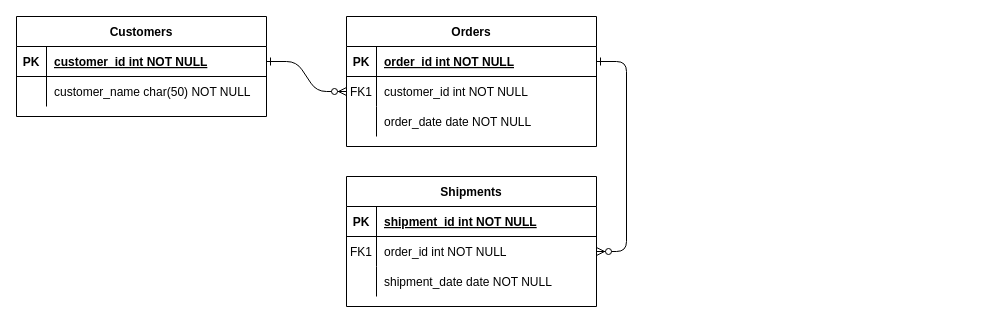
meoku/MeokuDB-Schema keeps this draw.io diagram as 제목 없는 다이어그램.drawio. Above is the earlier version. Source tidied: cells renumbered, new cells numbered last; positions are measured from the earlier drawing's top-left corner, leaving out a move shared by most shapes. Both pictures are drawn from the tidied source at 100%, with x=0, y=0 at pixel (16, 16).
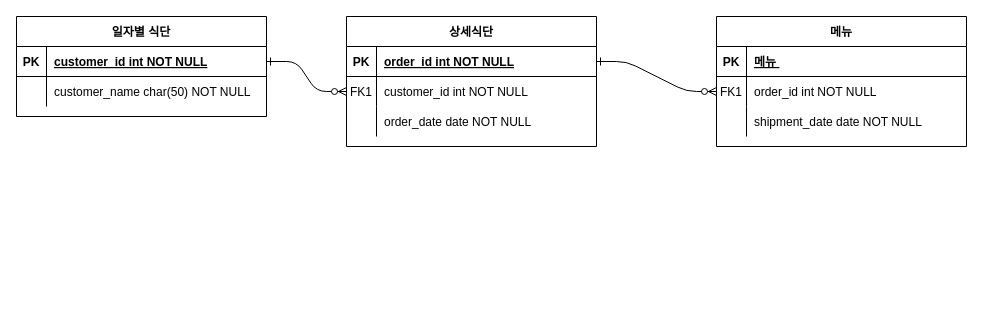
The same page after the edit.

Unchanged cells that the change refers to:
```xml
<mxCell id="15" style="shape=partialRectangle;fillColor=none;top=0;left=0;right=0;bottom=1;" parent="14" vertex="1">
  <mxGeometry y="30" width="250" height="30" as="geometry" />
</mxCell>
```

What changed in the source:
```diff
@@
-    <mxCell id="4" value="Orders" style="shape=table;startSize=30;childLayout=tableLayout;rowLines=0;fontStyle=1;align=center;" parent="1" vertex="1">
+    <mxCell id="4" value="상세식단" style="shape=table;startSize=30;childLayout=tableLayout;rowLines=0;fontStyle=1;align=center;" parent="1" vertex="1">
       <mxGeometry x="330" width="250" height="130" as="geometry" />
     </mxCell>
@@
-    <mxCell id="14" value="Shipments" style="shape=table;startSize=30;childLayout=tableLayout;rowLines=0;fontStyle=1;align=center;" parent="1" vertex="1">
-      <mxGeometry x="330" y="160" width="250" height="130" as="geometry" />
+    <mxCell id="14" value="메뉴" style="shape=table;startSize=30;childLayout=tableLayout;rowLines=0;fontStyle=1;align=center;" parent="1" vertex="1">
+      <mxGeometry x="700" width="250" height="130" as="geometry" />
     </mxCell>
@@
-    <mxCell id="17" value="shipment_id int NOT NULL " style="shape=partialRectangle;overflow=hidden;fillColor=none;top=0;left=0;bottom=0;right=0;align=left;spacingLeft=6;fontStyle=5;" parent="15" vertex="1">
+    <mxCell id="17" value="메뉴 " style="shape=partialRectangle;overflow=hidden;fillColor=none;top=0;left=0;bottom=0;right=0;align=left;spacingLeft=6;fontStyle=5;" parent="15" vertex="1">
       <mxGeometry x="30" width="220" height="30" as="geometry" />
     </mxCell>
@@
-    <mxCell id="24" value="Customers" style="shape=table;startSize=30;childLayout=tableLayout;rowLines=0;fontStyle=1;align=center;" parent="1" vertex="1">
+    <mxCell id="24" value="일자별 식단" style="shape=table;startSize=30;childLayout=tableLayout;rowLines=0;fontStyle=1;align=center;" parent="1" vertex="1">
       <mxGeometry width="250" height="100" as="geometry" />
     </mxCell>
```
